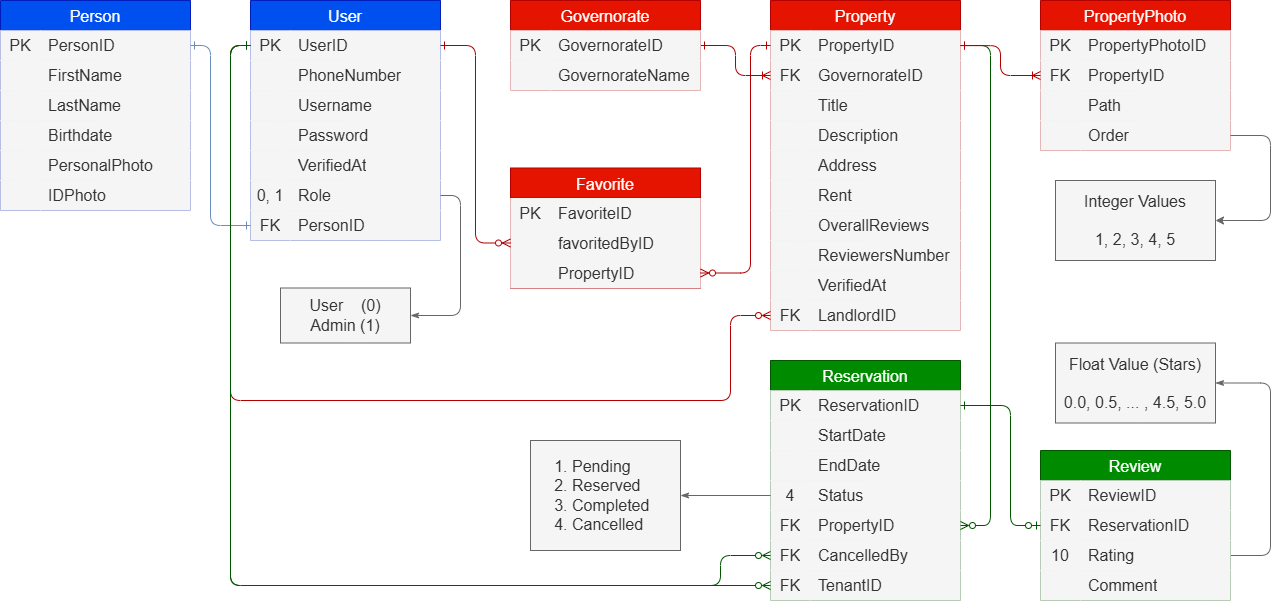
KareemAlHamwi/Renting-App keeps this draw.io diagram as database/diagrams/renting_app_database.png. Above is the earlier version. Source tidied: cells renumbered, new cells last; positions are measured from the earlier drawing's top-left corner, leaving out a move shared by most shapes.
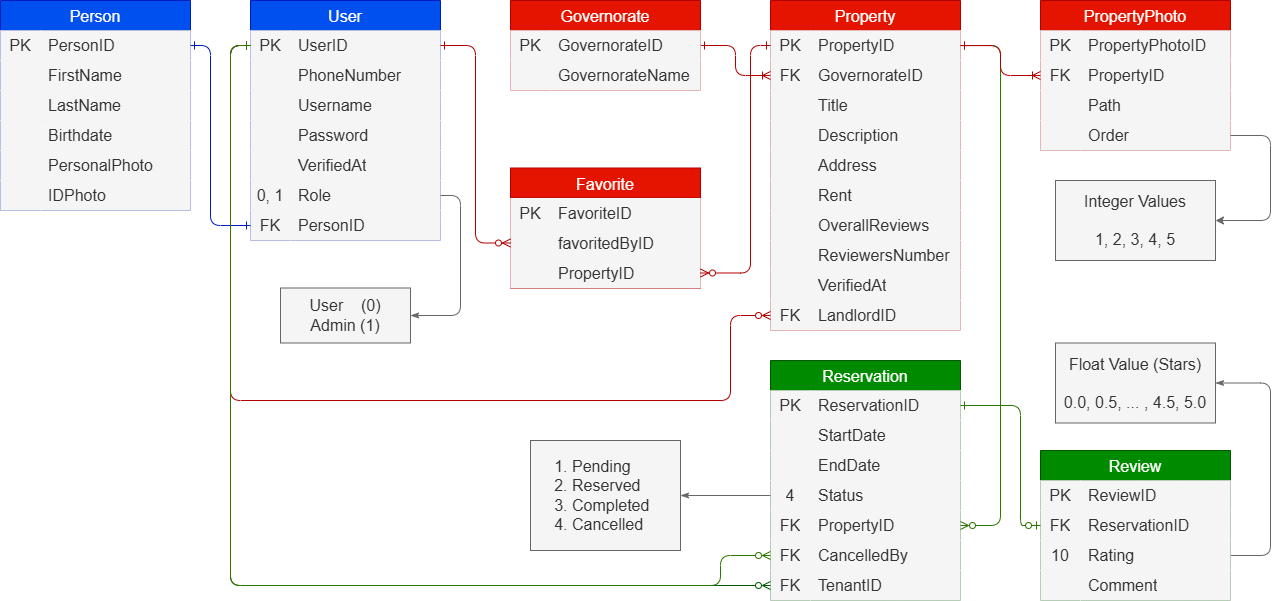
Above is the later version.

Diff of the diagram source:
```diff
@@ -284,7 +284,7 @@
     <mxCell id="95" value="TenantID" style="shape=partialRectangle;html=1;whiteSpace=wrap;fillColor=#f5f5f5;top=0;left=0;bottom=0;right=0;align=left;spacingLeft=6;overflow=hidden;fontSize=16;shadow=0;strokeColor=#666666;fontColor=light-dark(#333333,#FFFFFF);" parent="93" vertex="1">
       <mxGeometry x="40" width="150" height="30" as="geometry" />
     </mxCell>
-    <mxCell id="96" style="edgeStyle=orthogonalEdgeStyle;html=1;exitX=1;exitY=0.5;exitDx=0;exitDy=0;entryX=0;entryY=0.5;entryDx=0;entryDy=0;startArrow=ERone;startFill=0;endArrow=ERone;endFill=0;fontSize=16;shadow=0;fillColor=#dae8fc;fontColor=light-dark(#333333,#FFFFFF);strokeColor=#6c8ebf;" parent="1" edge="1" source="3" target="40">
+    <mxCell id="96" style="edgeStyle=orthogonalEdgeStyle;html=1;exitX=1;exitY=0.5;exitDx=0;exitDy=0;entryX=0;entryY=0.5;entryDx=0;entryDy=0;startArrow=ERone;startFill=0;endArrow=ERone;endFill=0;fontSize=16;shadow=0;fillColor=#0050ef;fontColor=light-dark(#333333,#FFFFFF);strokeColor=#001DBC;" parent="1" edge="1" source="3" target="40">
       <mxGeometry relative="1" as="geometry">
         <Array as="points">
           <mxPoint x="210" y="45" />
@@ -334,11 +334,11 @@
     <mxCell id="106" value="GovernorateName" style="shape=partialRectangle;html=1;whiteSpace=wrap;fillColor=#f5f5f5;top=0;left=0;bottom=0;right=0;align=left;spacingLeft=6;overflow=hidden;fontSize=16;shadow=0;strokeColor=#666666;fontColor=light-dark(#333333,#FFFFFF);" parent="104" vertex="1">
       <mxGeometry x="40" width="150" height="30" as="geometry" />
     </mxCell>
-    <mxCell id="107" style="edgeStyle=orthogonalEdgeStyle;html=1;exitX=1;exitY=0.5;exitDx=0;exitDy=0;fontSize=16;startArrow=ERone;startFill=0;endArrow=ERzeroToMany;endFill=0;shadow=0;fillColor=#008a00;fontColor=light-dark(#333333,#FFFFFF);strokeColor=#005700;entryX=1;entryY=0.5;entryDx=0;entryDy=0;" parent="1" edge="1" source="44" target="87">
+    <mxCell id="107" style="edgeStyle=orthogonalEdgeStyle;html=1;exitX=1;exitY=0.5;exitDx=0;exitDy=0;fontSize=16;startArrow=ERone;startFill=0;endArrow=ERzeroToMany;endFill=0;shadow=0;fillColor=#60a917;fontColor=light-dark(#333333,#FFFFFF);strokeColor=#2D7600;entryX=1;entryY=0.5;entryDx=0;entryDy=0;" parent="1" edge="1" source="44" target="87">
       <mxGeometry relative="1" as="geometry">
         <Array as="points">
-          <mxPoint x="990" y="45" />
-          <mxPoint x="990" y="525" />
+          <mxPoint x="1000" y="45" />
+          <mxPoint x="1000" y="525" />
         </Array>
       </mxGeometry>
     </mxCell>
@@ -443,11 +443,11 @@
     <mxCell id="137" value="Comment" style="shape=partialRectangle;html=1;whiteSpace=wrap;fillColor=#f5f5f5;top=0;left=0;bottom=0;right=0;align=left;spacingLeft=6;overflow=hidden;fontSize=16;shadow=0;strokeColor=#666666;fontColor=light-dark(#333333,#FFFFFF);" parent="135" vertex="1">
       <mxGeometry x="40" width="150" height="30" as="geometry" />
     </mxCell>
-    <mxCell id="138" style="edgeStyle=orthogonalEdgeStyle;html=1;exitX=0;exitY=0.5;exitDx=0;exitDy=0;startArrow=ERzeroToOne;startFill=0;endArrow=ERone;endFill=0;fillColor=#008a00;fontColor=light-dark(#333333,#FFFFFF);strokeColor=#005700;entryX=1;entryY=0.5;entryDx=0;entryDy=0;" parent="1" edge="1" source="129" target="75">
+    <mxCell id="138" style="edgeStyle=orthogonalEdgeStyle;html=1;exitX=0;exitY=0.5;exitDx=0;exitDy=0;startArrow=ERzeroToOne;startFill=0;endArrow=ERone;endFill=0;fillColor=#60a917;fontColor=light-dark(#333333,#FFFFFF);strokeColor=#2D7600;entryX=1;entryY=0.5;entryDx=0;entryDy=0;" parent="1" edge="1" source="129" target="75">
       <mxGeometry relative="1" as="geometry">
         <Array as="points">
-          <mxPoint x="1010" y="525" />
-          <mxPoint x="1010" y="405" />
+          <mxPoint x="1020" y="525" />
+          <mxPoint x="1020" y="405" />
         </Array>
       </mxGeometry>
     </mxCell>
@@ -506,7 +506,7 @@
     <mxCell id="153" value="PropertyID" style="shape=partialRectangle;html=1;whiteSpace=wrap;fillColor=#f5f5f5;top=0;left=0;bottom=0;right=0;align=left;spacingLeft=6;overflow=hidden;fontSize=16;shadow=0;strokeColor=#666666;fontColor=light-dark(#333333,#FFFFFF);" parent="151" vertex="1">
       <mxGeometry x="40" width="150" height="30" as="geometry" />
     </mxCell>
-    <mxCell id="154" style="edgeStyle=orthogonalEdgeStyle;html=1;exitX=0;exitY=0.5;exitDx=0;exitDy=0;entryX=1;entryY=0.5;entryDx=0;entryDy=0;fillColor=#f8cecc;strokeColor=light-dark(#b20000, #d7817e);startArrow=ERone;startFill=0;endArrow=ERzeroToMany;endFill=0;" parent="1" edge="1" source="44" target="151">
+    <mxCell id="154" style="edgeStyle=orthogonalEdgeStyle;html=1;exitX=0;exitY=0.5;exitDx=0;exitDy=0;entryX=1;entryY=0.5;entryDx=0;entryDy=0;fillColor=#e51400;strokeColor=#B20000;startArrow=ERone;startFill=0;endArrow=ERzeroToMany;endFill=0;" parent="1" edge="1" source="44" target="151">
       <mxGeometry relative="1" as="geometry">
         <Array as="points">
           <mxPoint x="750" y="45" />
@@ -514,10 +514,10 @@
         </Array>
       </mxGeometry>
     </mxCell>
-    <mxCell id="155" style="edgeStyle=orthogonalEdgeStyle;html=1;exitX=0;exitY=0.5;exitDx=0;exitDy=0;entryX=1;entryY=0.5;entryDx=0;entryDy=0;strokeColor=light-dark(#b20000, #d7817e);fillColor=#f8cecc;startArrow=ERzeroToMany;startFill=0;endArrow=ERone;endFill=0;" parent="1" edge="1" source="148" target="22">
+    <mxCell id="155" style="edgeStyle=orthogonalEdgeStyle;html=1;exitX=0;exitY=0.5;exitDx=0;exitDy=0;entryX=1;entryY=0.5;entryDx=0;entryDy=0;strokeColor=#B20000;fillColor=#e51400;startArrow=ERzeroToMany;startFill=0;endArrow=ERone;endFill=0;" parent="1" edge="1" source="148" target="22">
       <mxGeometry relative="1" as="geometry" />
     </mxCell>
-    <mxCell id="156" style="edgeStyle=orthogonalEdgeStyle;html=1;exitX=0;exitY=0.5;exitDx=0;exitDy=0;fontSize=16;startArrow=ERone;startFill=0;endArrow=ERzeroToMany;endFill=0;shadow=0;fillColor=#008a00;fontColor=light-dark(#333333,#FFFFFF);strokeColor=#005700;entryX=0;entryY=0.5;entryDx=0;entryDy=0;" parent="1" edge="1" target="90">
+    <mxCell id="156" style="edgeStyle=orthogonalEdgeStyle;html=1;exitX=0;exitY=0.5;exitDx=0;exitDy=0;fontSize=16;startArrow=ERone;startFill=0;endArrow=ERzeroToMany;endFill=0;shadow=0;fillColor=#60a917;fontColor=light-dark(#333333,#FFFFFF);strokeColor=#2D7600;entryX=0;entryY=0.5;entryDx=0;entryDy=0;" parent="1" edge="1" target="90">
       <mxGeometry relative="1" as="geometry">
         <mxPoint x="250" y="45" as="sourcePoint" />
         <Array as="points">
```
